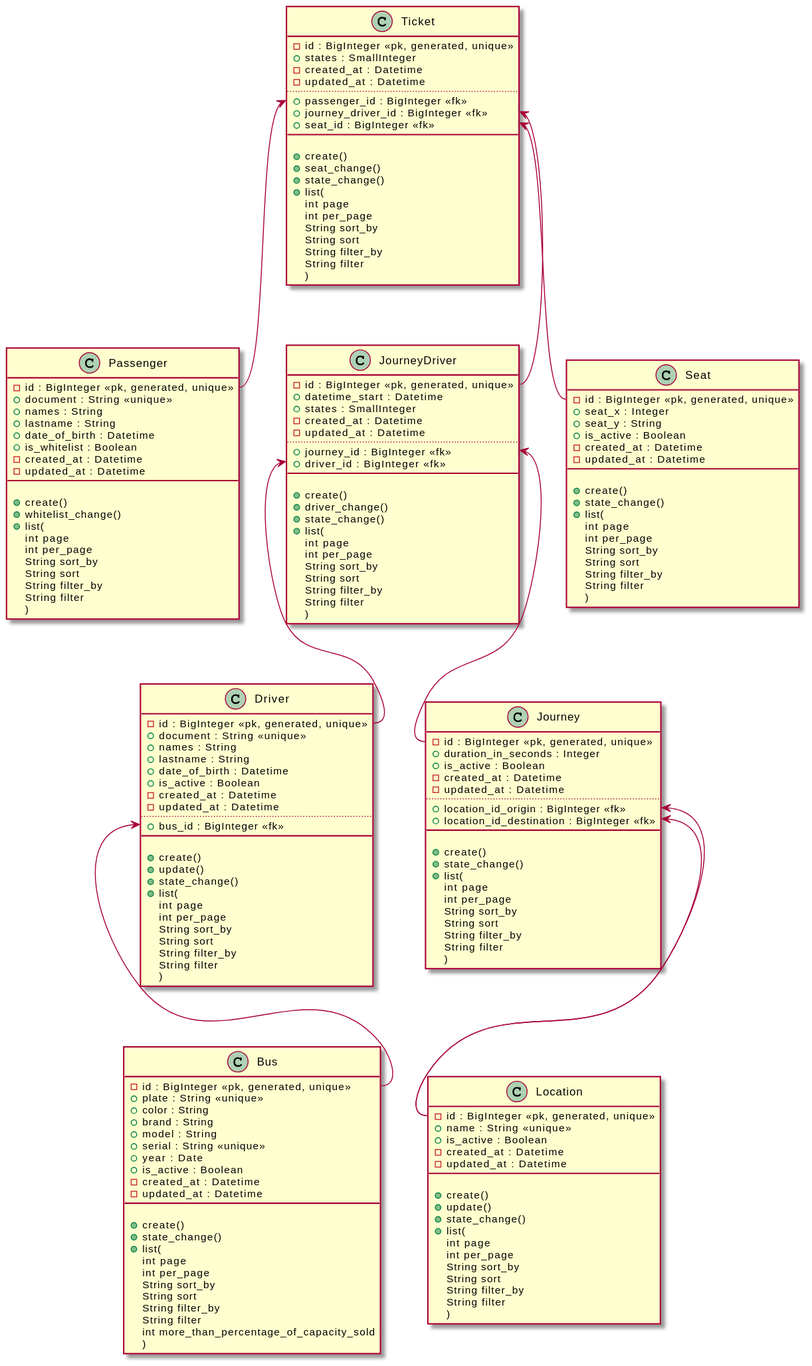
This is diagrams/diagram_class.svg from bypabloc/travel_agency_backend, a PlantUML export, as it was before one commit.
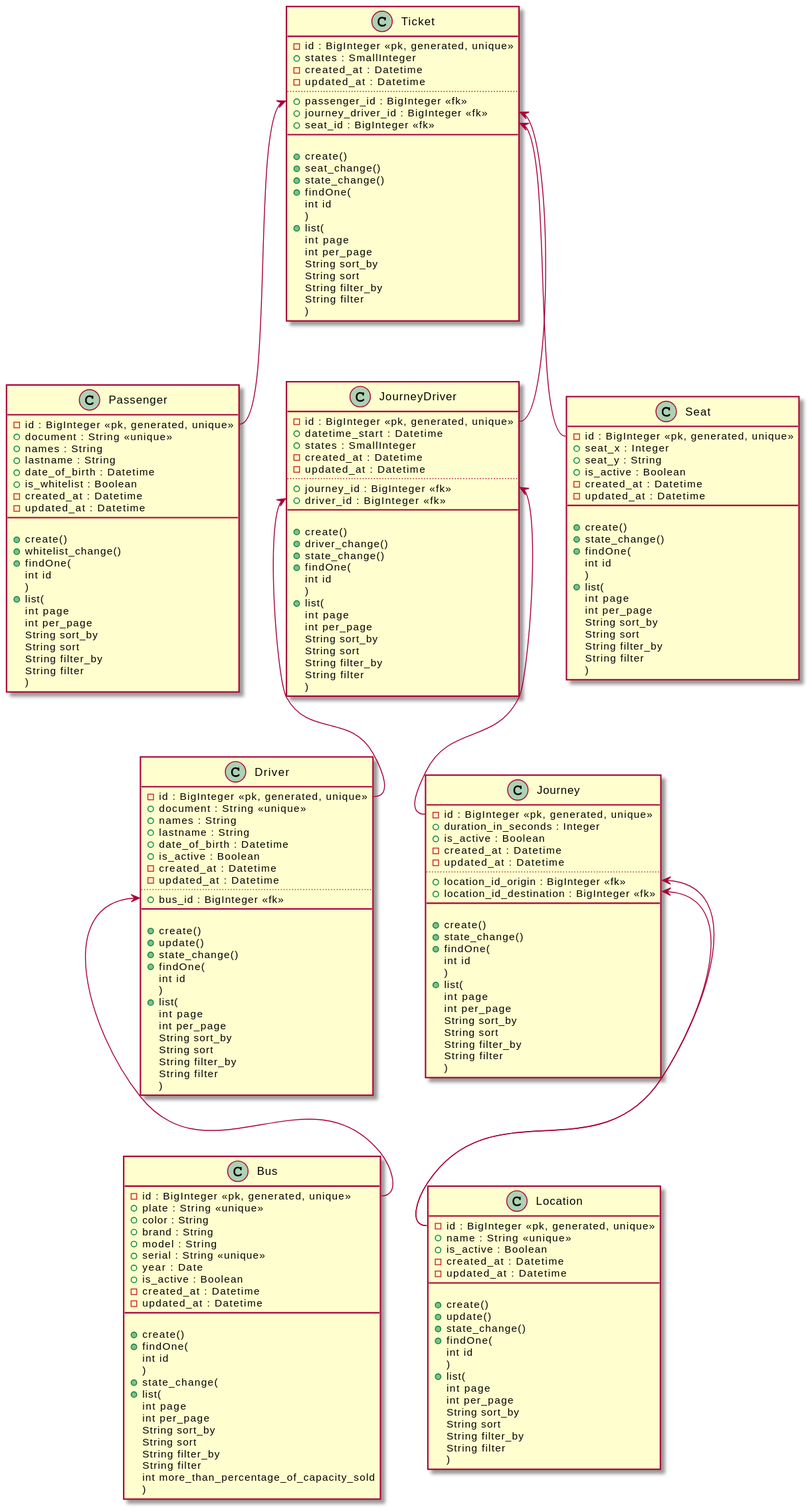
After the commit.

What changed in the source:
```diff
@@ -13,7 +13,10 @@
     __
 
     +{method} create()
-    +{method} state_change()
+    +{method} findOne(
+        int id
+    )
+    +{method} state_change(
     +{method} list(
         int page
         int per_page
@@ -41,6 +44,9 @@
     +{method} create()
     +{method} update()
     +{method} state_change()
+    +{method} findOne(
+        int id
+    )
     +{method} list(
         int page
         int per_page
@@ -65,6 +71,9 @@
 
     +{method} create()
     +{method} whitelist_change()
+    +{method} findOne(
+        int id
+    )
     +{method} list(
         int page
         int per_page
@@ -86,6 +95,9 @@
     +{method} create()
     +{method} update()
     +{method} state_change()
+    +{method} findOne(
+        int id
+    )
     +{method} list(
         int page
         int per_page
@@ -108,6 +120,9 @@
 
     +{method} create()
     +{method} state_change()
+    +{method} findOne(
+        int id
+    )
     +{method} list(
         int page
         int per_page
@@ -134,6 +149,9 @@
     +{method} create()
     +{method} driver_change()
     +{method} state_change()
+    +{method} findOne(
+        int id
+    )
     +{method} list(
         int page
         int per_page
@@ -157,6 +175,9 @@
 
     +{method} create()
     +{method} state_change()
+    +{method} findOne(
+        int id
+    )
     +{method} list(
         int page
         int per_page
@@ -181,6 +202,9 @@
     +{method} create()
     +{method} seat_change()
     +{method} state_change()
+    +{method} findOne(
+        int id
+    )
     +{method} list(
         int page
         int per_page
```
